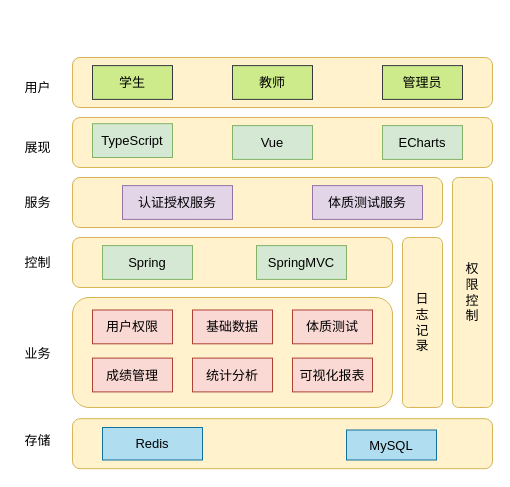
rufeng-h/healthman keeps this draw.io diagram as docs/img-raw/系统架构2.drawio. Above is the earlier version. Source tidied: cells renumbered, new cells numbered last; positions are measured from the earlier drawing's top-left corner, leaving out a move shared by most shapes. Both pictures are drawn from the tidied source at 100%, with x=0, y=0 at pixel (17, 57).
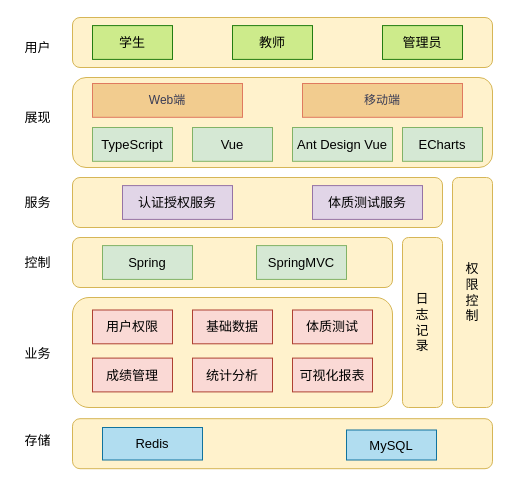
The same diagram, later.

Change to the diagram source:
```diff
@@
+    <mxCell id="34" style="rounded=1;whiteSpace=wrap;html=1;fillColor=#fff2cc;strokeColor=#d6b656;fontSize=13;fontStyle=0;fontFamily=宋体;" parent="1" vertex="1">
+      <mxGeometry x="55" y="20" width="420" height="90" as="geometry" />
+    </mxCell>
     <mxCell id="2" style="rounded=1;whiteSpace=wrap;html=1;fillColor=#fff2cc;strokeColor=#d6b656;fontSize=13;fontStyle=0;fontFamily=宋体;" parent="1" vertex="1">
-      <mxGeometry x="55" width="420" height="50" as="geometry" />
+      <mxGeometry x="55" y="-40" width="420" height="50" as="geometry" />
     </mxCell>
     <mxCell id="3" value="用户" style="text;html=1;align=center;verticalAlign=middle;strokeColor=none;fillColor=none;fontSize=13;fontStyle=0;fontFamily=宋体;" parent="1" vertex="1">
-      <mxGeometry y="19.5" width="40" height="20" as="geometry" />
+      <mxGeometry y="-20.5" width="40" height="20" as="geometry" />
     </mxCell>
-    <mxCell id="4" value="学生" style="rounded=0;whiteSpace=wrap;html=1;fillColor=#cdeb8b;strokeColor=#36393d;fontSize=13;fontStyle=0;fontFamily=宋体;" parent="1" vertex="1">
-      <mxGeometry x="75" y="8.1" width="80" height="33.8" as="geometry" />
+    <mxCell id="4" value="学生" style="rounded=0;whiteSpace=wrap;html=1;fillColor=#CDEB8B;strokeColor=#237D11;fontSize=13;fontStyle=0;fontFamily=宋体;" parent="1" vertex="1">
+      <mxGeometry x="75" y="-31.9" width="80" height="33.8" as="geometry" />
     </mxCell>
-    <mxCell id="5" value="教师" style="rounded=0;whiteSpace=wrap;html=1;fillColor=#cdeb8b;strokeColor=#36393d;fontSize=13;fontStyle=0;fontFamily=宋体;" parent="1" vertex="1">
-      <mxGeometry x="215" y="8.1" width="80" height="33.8" as="geometry" />
+    <mxCell id="5" value="教师" style="rounded=0;whiteSpace=wrap;html=1;fillColor=#cdeb8b;strokeColor=#237D11;fontSize=13;fontStyle=0;fontFamily=宋体;" parent="1" vertex="1">
+      <mxGeometry x="215" y="-31.9" width="80" height="33.8" as="geometry" />
     </mxCell>
-    <mxCell id="6" value="管理员" style="rounded=0;whiteSpace=wrap;html=1;fillColor=#cdeb8b;strokeColor=#36393d;fontSize=13;fontStyle=0;fontFamily=宋体;" parent="1" vertex="1">
-      <mxGeometry x="365" y="8.1" width="80" height="33.8" as="geometry" />
+    <mxCell id="6" value="管理员" style="rounded=0;whiteSpace=wrap;html=1;fillColor=#cdeb8b;strokeColor=#237D11;fontSize=13;fontStyle=0;fontFamily=宋体;" parent="1" vertex="1">
+      <mxGeometry x="365" y="-31.9" width="80" height="33.8" as="geometry" />
     </mxCell>
@@
-    <mxCell id="23" style="rounded=1;whiteSpace=wrap;html=1;fillColor=#fff2cc;strokeColor=#d6b656;fontSize=13;fontStyle=0;fontFamily=宋体;" parent="1" vertex="1">
-      <mxGeometry x="55" y="60" width="420" height="50" as="geometry" />
-    </mxCell>
     <mxCell id="24" value="展现" style="text;html=1;align=center;verticalAlign=middle;strokeColor=none;fillColor=none;fontSize=13;fontFamily=宋体;" parent="1" vertex="1">
-      <mxGeometry y="80" width="40" height="20" as="geometry" />
+      <mxGeometry y="50" width="40" height="20" as="geometry" />
     </mxCell>
     <mxCell id="25" value="Vue" style="rounded=0;whiteSpace=wrap;html=1;fillColor=#d5e8d4;strokeColor=#82b366;fontSize=13;fontStyle=0;fontFamily=宋体;" parent="1" vertex="1">
-      <mxGeometry x="215" y="68.1" width="80" height="33.8" as="geometry" />
+      <mxGeometry x="175" y="70" width="80" height="33.8" as="geometry" />
     </mxCell>
     <mxCell id="26" value="ECharts" style="rounded=0;whiteSpace=wrap;html=1;fillColor=#d5e8d4;strokeColor=#82b366;fontSize=13;fontStyle=0;fontFamily=宋体;" parent="1" vertex="1">
-      <mxGeometry x="365" y="68.1" width="80" height="33.8" as="geometry" />
+      <mxGeometry x="385" y="70" width="80" height="33.8" as="geometry" />
     </mxCell>
     <mxCell id="27" value="TypeScript" style="rounded=0;whiteSpace=wrap;html=1;fillColor=#d5e8d4;strokeColor=#82b366;fontSize=13;fontStyle=0;fontFamily=宋体;" parent="1" vertex="1">
-      <mxGeometry x="75" y="66.2" width="80" height="33.8" as="geometry" />
+      <mxGeometry x="75" y="70" width="80" height="33.8" as="geometry" />
     </mxCell>
@@
+    <mxCell id="35" value="Web端" style="rounded=0;whiteSpace=wrap;html=1;sketch=0;fontColor=#393C56;strokeColor=#E07A5F;fillColor=#F2CC8F;" parent="1" vertex="1">
+      <mxGeometry x="75" y="26" width="150" height="33.8" as="geometry" />
+    </mxCell>
+    <mxCell id="36" value="移动端" style="rounded=0;whiteSpace=wrap;html=1;sketch=0;fontColor=#393C56;strokeColor=#E07A5F;fillColor=#F2CC8F;" parent="1" vertex="1">
+      <mxGeometry x="285" y="26" width="160" height="33.8" as="geometry" />
+    </mxCell>
+    <mxCell id="37" value="Ant Design Vue" style="rounded=0;whiteSpace=wrap;html=1;fillColor=#d5e8d4;strokeColor=#82b366;fontSize=13;fontStyle=0;fontFamily=宋体;" parent="1" vertex="1">
+      <mxGeometry x="275" y="70" width="100" height="33.8" as="geometry" />
+    </mxCell>
```
